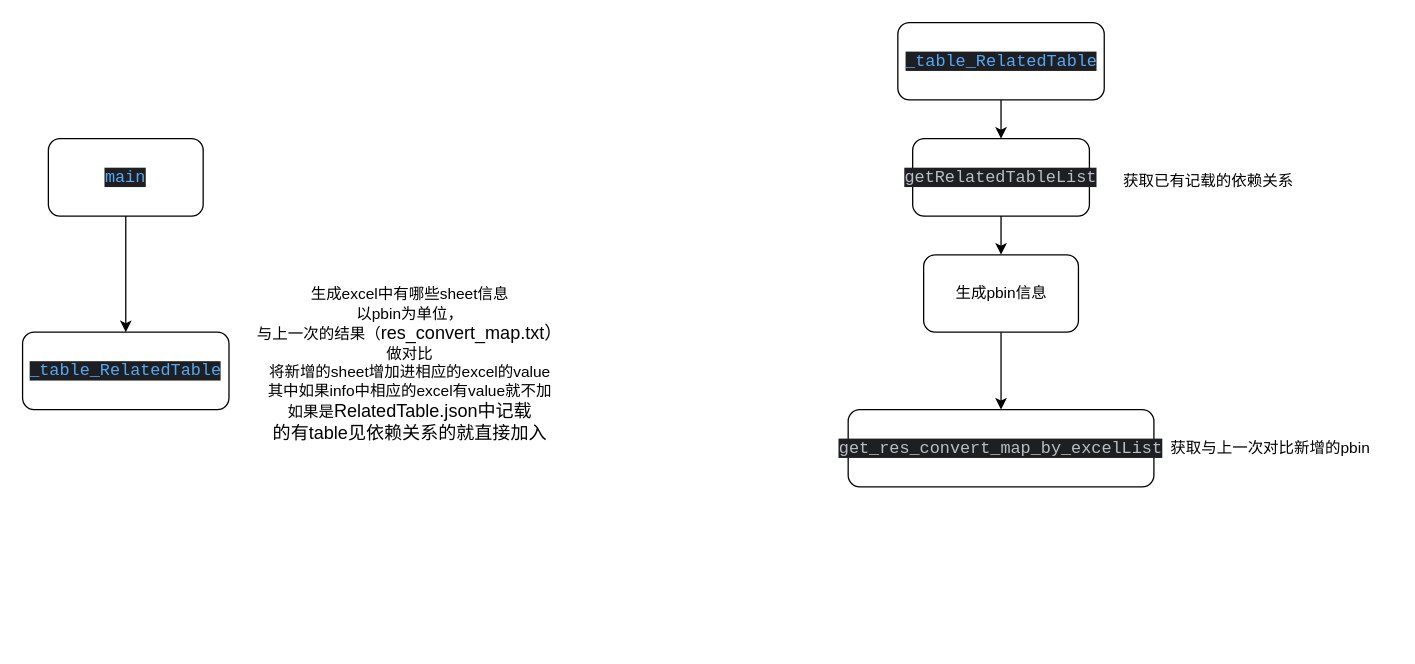
ling-shixi/meta keeps this draw.io diagram as 导表工具.drawio. Above is the earlier version. Source tidied: cells renumbered, new cells numbered last; positions are measured from the earlier drawing's top-left corner, leaving out a move shared by most shapes. Both pictures are drawn from the tidied source at 129%, with x=0, y=0 at pixel (22, 22).
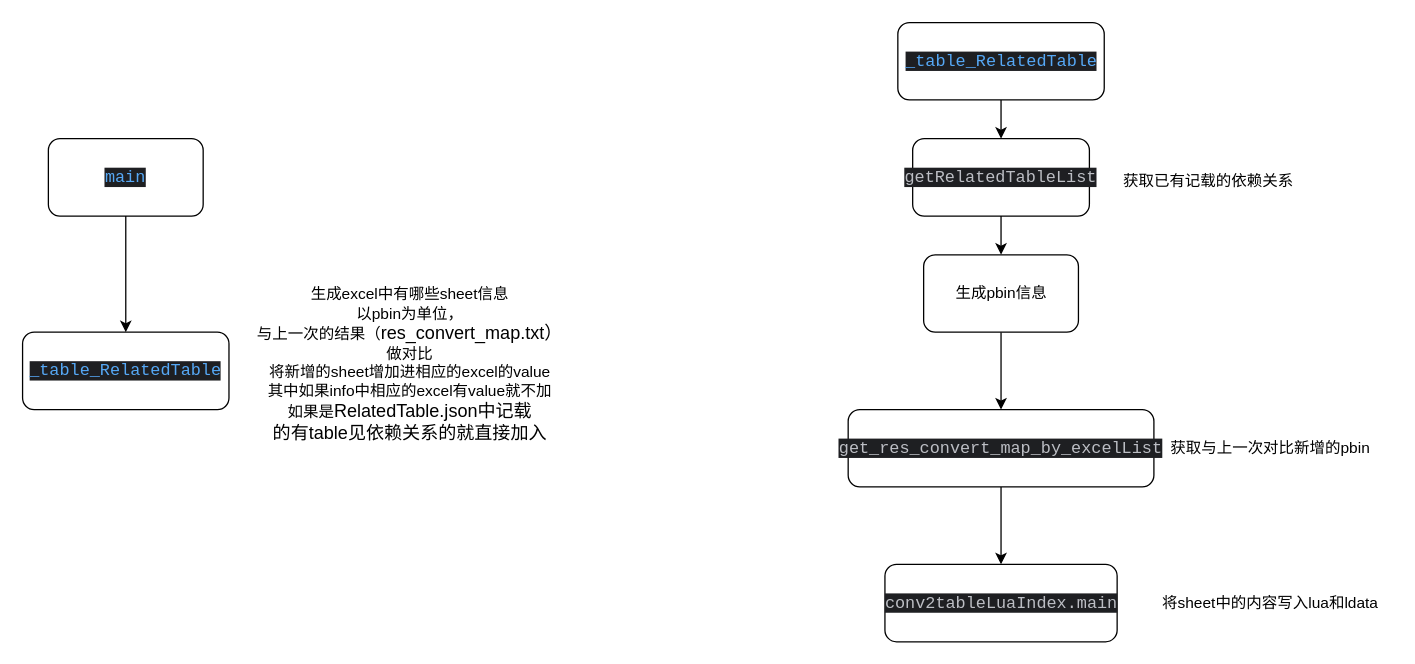
The same page after the edit.

Commit message:
更新导表工具.drawio

What changed in the source:
```diff
@@
 <mxGraphModel>
   <root>
     <mxCell id="0" />
     <mxCell id="1" parent="0" />
     <mxCell id="2" style="edgeStyle=orthogonalEdgeStyle;rounded=0;jettySize=auto;html=1;entryX=0.5;entryY=0;entryDx=0;entryDy=0;" parent="1" edge="1" source="3" target="4">
       <mxGeometry relative="1" as="geometry" />
     </mxCell>
     <mxCell id="3" value="&lt;div style=&quot;background-color:#1e1f22;color:#bcbec4&quot;&gt;&lt;pre style=&quot;font-family:'JetBrains Mono',monospace;font-size:9.8pt;&quot;&gt;&lt;span style=&quot;color:#56a8f5;&quot;&gt;main&lt;/span&gt;&lt;/pre&gt;&lt;/div&gt;" style="rounded=1;whiteSpace=wrap;html=1;" parent="1" vertex="1">
       <mxGeometry x="20" y="90" width="120" height="60" as="geometry" />
     </mxCell>
     <mxCell id="4" value="&lt;div style=&quot;background-color:#1e1f22;color:#bcbec4&quot;&gt;&lt;pre style=&quot;font-family:'JetBrains Mono',monospace;font-size:9.8pt;&quot;&gt;&lt;span style=&quot;color:#56a8f5;&quot;&gt;_table_RelatedTable&lt;/span&gt;&lt;/pre&gt;&lt;/div&gt;" style="rounded=1;whiteSpace=wrap;html=1;" parent="1" vertex="1">
       <mxGeometry y="240" width="160" height="60" as="geometry" />
     </mxCell>
     <mxCell id="5" style="edgeStyle=orthogonalEdgeStyle;rounded=0;jettySize=auto;html=1;entryX=0.5;entryY=0;entryDx=0;entryDy=0;" parent="1" edge="1" source="6" target="12">
       <mxGeometry relative="1" as="geometry" />
     </mxCell>
     <mxCell id="6" value="&lt;div style=&quot;background-color:#1e1f22;color:#bcbec4&quot;&gt;&lt;pre style=&quot;font-family:'JetBrains Mono',monospace;font-size:9.8pt;&quot;&gt;&lt;span style=&quot;color:#56a8f5;&quot;&gt;_table_RelatedTable&lt;/span&gt;&lt;/pre&gt;&lt;/div&gt;" style="rounded=1;whiteSpace=wrap;html=1;" parent="1" vertex="1">
       <mxGeometry x="678.5" width="160" height="60" as="geometry" />
     </mxCell>
     <mxCell id="7" style="edgeStyle=orthogonalEdgeStyle;rounded=0;jettySize=auto;html=1;" parent="1" edge="1" source="8" target="9">
       <mxGeometry relative="1" as="geometry" />
     </mxCell>
     <mxCell id="8" value="生成pbin信息" style="rounded=1;whiteSpace=wrap;html=1;" parent="1" vertex="1">
       <mxGeometry x="698.5" y="180" width="120" height="60" as="geometry" />
     </mxCell>
+    <mxCell id="15" style="edgeStyle=orthogonalEdgeStyle;rounded=0;jettySize=auto;html=1;" parent="1" edge="1" source="9" target="16">
+      <mxGeometry relative="1" as="geometry" />
+    </mxCell>
     <mxCell id="9" value="&lt;div style=&quot;background-color:#1e1f22;color:#bcbec4&quot;&gt;&lt;pre style=&quot;font-family:'JetBrains Mono',monospace;font-size:9.8pt;&quot;&gt;get_res_convert_map_by_excelList&lt;/pre&gt;&lt;/div&gt;" style="rounded=1;whiteSpace=wrap;html=1;" parent="1" vertex="1">
       <mxGeometry x="640" y="300" width="237" height="60" as="geometry" />
     </mxCell>
     <mxCell id="10" value="获取与上一次对比新增的pbin" style="text;html=1;align=center;verticalAlign=middle;strokeColor=none;fillColor=none;" parent="1" vertex="1">
       <mxGeometry x="877" y="315" width="180" height="30" as="geometry" />
     </mxCell>
     <mxCell id="11" style="edgeStyle=orthogonalEdgeStyle;rounded=0;jettySize=auto;html=1;" parent="1" edge="1" source="12" target="8">
       <mxGeometry relative="1" as="geometry" />
     </mxCell>
     <mxCell id="12" value="&lt;div style=&quot;background-color:#1e1f22;color:#bcbec4&quot;&gt;&lt;pre style=&quot;font-family:'JetBrains Mono',monospace;font-size:9.8pt;&quot;&gt;getRelatedTableList&lt;/pre&gt;&lt;/div&gt;" style="rounded=1;whiteSpace=wrap;html=1;" parent="1" vertex="1">
       <mxGeometry x="690" y="90" width="137" height="60" as="geometry" />
     </mxCell>
     <mxCell id="13" value="获取已有记载的依赖关系" style="text;html=1;align=center;verticalAlign=middle;strokeColor=none;fillColor=none;" parent="1" vertex="1">
       <mxGeometry x="838.5" y="108" width="160" height="30" as="geometry" />
     </mxCell>
     <mxCell id="14" value="生成excel中有哪些sheet信息&lt;div&gt;以pbin为单位，&lt;/div&gt;&lt;div&gt;与上一次的结果（&lt;span style=&quot;font-size: 14px; text-align: left; white-space: pre-wrap; background-color: transparent; color: light-dark(rgb(0, 0, 0), rgb(255, 255, 255));&quot;&gt;res_convert_map.txt）&lt;/span&gt;&lt;span style=&quot;background-color: transparent; color: light-dark(rgb(0, 0, 0), rgb(255, 255, 255));&quot;&gt;做对比&lt;/span&gt;&lt;/div&gt;&lt;div&gt;&lt;span style=&quot;background-color: transparent; color: light-dark(rgb(0, 0, 0), rgb(255, 255, 255));&quot;&gt;将新增的sheet增加进相应的excel的value&lt;/span&gt;&lt;/div&gt;&lt;div&gt;&lt;span style=&quot;background-color: transparent; color: light-dark(rgb(0, 0, 0), rgb(255, 255, 255));&quot;&gt;其中如果info中相应的excel有value就不加&lt;/span&gt;&lt;/div&gt;&lt;div&gt;&lt;span style=&quot;background-color: transparent; color: light-dark(rgb(0, 0, 0), rgb(255, 255, 255));&quot;&gt;如果是&lt;/span&gt;&lt;span style=&quot;font-size: 14px; text-align: left; white-space: pre-wrap; background-color: transparent; color: light-dark(rgb(0, 0, 0), rgb(255, 255, 255));&quot;&gt;RelatedTable.json中记载&lt;/span&gt;&lt;/div&gt;&lt;div&gt;&lt;span style=&quot;font-size: 14px; text-align: left; white-space: pre-wrap; background-color: transparent; color: light-dark(rgb(0, 0, 0), rgb(255, 255, 255));&quot;&gt;的有table见依赖关系的就直接加入&lt;/span&gt;&lt;/div&gt;" style="text;html=1;align=center;verticalAlign=middle;strokeColor=none;fillColor=none;" parent="1" vertex="1">
       <mxGeometry x="150" y="205" width="300" height="120" as="geometry" />
     </mxCell>
+    <mxCell id="16" value="&lt;div style=&quot;background-color:#1e1f22;color:#bcbec4&quot;&gt;&lt;pre style=&quot;font-family:'JetBrains Mono',monospace;font-size:9.8pt;&quot;&gt;conv2tableLuaIndex.main&lt;/pre&gt;&lt;/div&gt;" style="rounded=1;whiteSpace=wrap;html=1;" parent="1" vertex="1">
+      <mxGeometry x="668.5" y="420" width="180" height="60" as="geometry" />
+    </mxCell>
+    <mxCell id="17" value="将sheet中的内容写入lua和ldata" style="text;html=1;align=center;verticalAlign=middle;strokeColor=none;fillColor=none;" parent="1" vertex="1">
+      <mxGeometry x="872" y="435" width="190" height="30" as="geometry" />
+    </mxCell>
   </root>
 </mxGraphModel>
```
